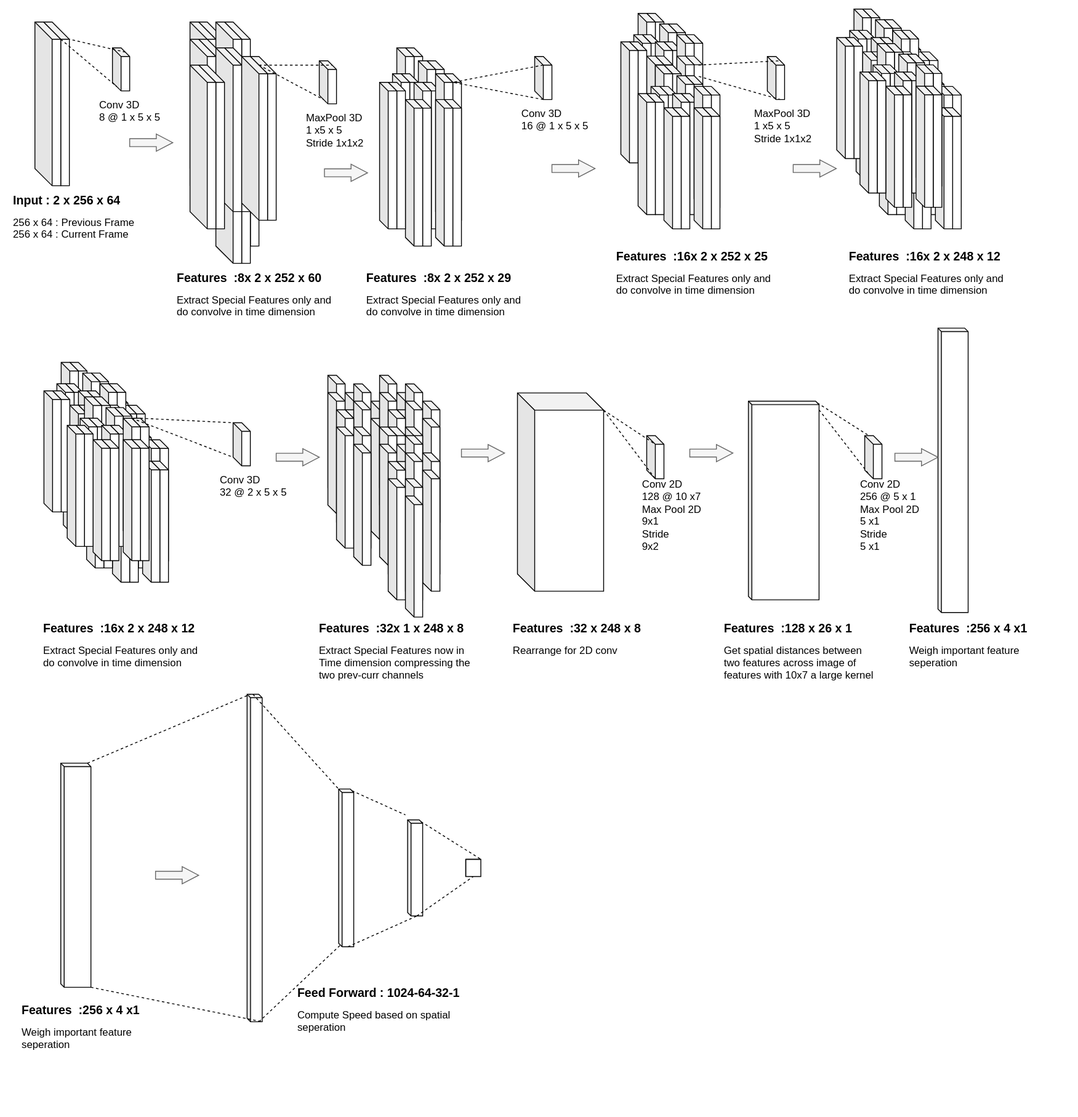
Before: SpeedNet.drawio.svg, a diagram exported from draw.io (the-ray-kar/SpeedNet). Source tidied: cells renumbered, new cells last; positions are measured from the earlier drawing's top-left corner, leaving out a move shared by most shapes.
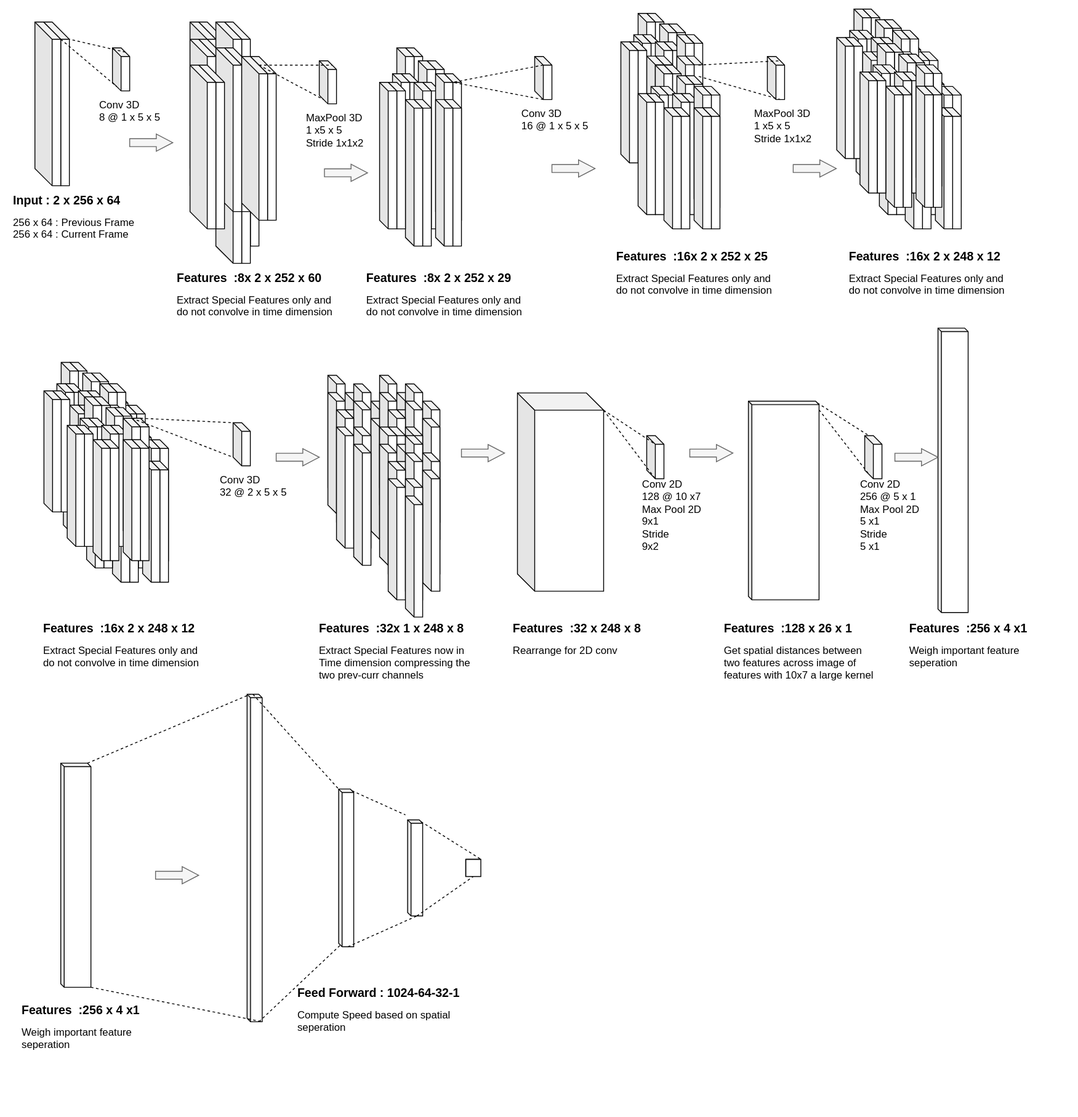
Later version of the same file.

Change to the diagram source:
```diff
@@ -35,7 +35,7 @@
     <mxCell id="12" style="shape=cube;whiteSpace=wrap;html=1;boundedLbl=1;backgroundOutline=1;darkOpacity=0.05;darkOpacity2=0.1;" parent="10" vertex="1">
       <mxGeometry width="30" height="190" as="geometry" />
     </mxCell>
-    <mxCell id="13" value="&lt;h1 style=&quot;font-size: 14px;&quot;&gt;&lt;font style=&quot;font-size: 14px;&quot;&gt;Features&amp;nbsp; :8x 2 x 252 x 60&lt;br&gt;&lt;/font&gt;&lt;/h1&gt;Extract Special Features only and do convolve in time dimension" style="text;html=1;strokeColor=none;fillColor=none;spacing=5;spacingTop=-20;whiteSpace=wrap;overflow=hidden;rounded=0;" parent="1" vertex="1">
+    <mxCell id="13" value="&lt;h1 style=&quot;font-size: 14px;&quot;&gt;&lt;font style=&quot;font-size: 14px;&quot;&gt;Features&amp;nbsp; :8x 2 x 252 x 60&lt;br&gt;&lt;/font&gt;&lt;/h1&gt;Extract Special Features only and do not convolve in time dimension" style="text;html=1;strokeColor=none;fillColor=none;spacing=5;spacingTop=-20;whiteSpace=wrap;overflow=hidden;rounded=0;" parent="1" vertex="1">
       <mxGeometry x="190" y="305" width="190" height="120" as="geometry" />
     </mxCell>
     <mxCell id="14" style="shape=cube;whiteSpace=wrap;html=1;boundedLbl=1;backgroundOutline=1;darkOpacity=0.05;darkOpacity2=0.1;size=10;" parent="1" vertex="1">
@@ -101,7 +101,7 @@
     <mxCell id="34" style="shape=cube;whiteSpace=wrap;html=1;boundedLbl=1;backgroundOutline=1;darkOpacity=0.05;darkOpacity2=0.1;" parent="32" vertex="1">
       <mxGeometry width="30" height="190" as="geometry" />
     </mxCell>
-    <mxCell id="35" value="&lt;h1 style=&quot;font-size: 14px;&quot;&gt;&lt;font style=&quot;font-size: 14px;&quot;&gt;Features&amp;nbsp; :8x 2 x 252 x 29&lt;br&gt;&lt;/font&gt;&lt;/h1&gt;Extract Special Features only and do convolve in time dimension" style="text;html=1;strokeColor=none;fillColor=none;spacing=5;spacingTop=-20;whiteSpace=wrap;overflow=hidden;rounded=0;" parent="1" vertex="1">
+    <mxCell id="35" value="&lt;h1 style=&quot;font-size: 14px;&quot;&gt;&lt;font style=&quot;font-size: 14px;&quot;&gt;Features&amp;nbsp; :8x 2 x 252 x 29&lt;br&gt;&lt;/font&gt;&lt;/h1&gt;Extract Special Features only and do not convolve in time dimension" style="text;html=1;strokeColor=none;fillColor=none;spacing=5;spacingTop=-20;whiteSpace=wrap;overflow=hidden;rounded=0;" parent="1" vertex="1">
       <mxGeometry x="410" y="305" width="190" height="120" as="geometry" />
     </mxCell>
     <mxCell id="36" style="shape=cube;whiteSpace=wrap;html=1;boundedLbl=1;backgroundOutline=1;darkOpacity=0.05;darkOpacity2=0.1;size=10;" parent="1" vertex="1">
@@ -263,10 +263,10 @@
     <mxCell id="88" style="shape=cube;whiteSpace=wrap;html=1;boundedLbl=1;backgroundOutline=1;darkOpacity=0.05;darkOpacity2=0.1;size=10;strokeWidth=1;gradientColor=none;rotation=0;" parent="72" vertex="1">
       <mxGeometry y="33" width="20" height="140.4" as="geometry" />
     </mxCell>
-    <mxCell id="89" value="&lt;h1 style=&quot;font-size: 14px;&quot;&gt;&lt;font style=&quot;font-size: 14px;&quot;&gt;Features&amp;nbsp; :16x 2 x 248 x 12&lt;br&gt;&lt;/font&gt;&lt;/h1&gt;Extract Special Features only and do convolve in time dimension" style="text;html=1;strokeColor=none;fillColor=none;spacing=5;spacingTop=-20;whiteSpace=wrap;overflow=hidden;rounded=0;" parent="1" vertex="1">
+    <mxCell id="89" value="&lt;h1 style=&quot;font-size: 14px;&quot;&gt;&lt;font style=&quot;font-size: 14px;&quot;&gt;Features&amp;nbsp; :16x 2 x 248 x 12&lt;br&gt;&lt;/font&gt;&lt;/h1&gt;Extract Special Features only and do not convolve in time dimension" style="text;html=1;strokeColor=none;fillColor=none;spacing=5;spacingTop=-20;whiteSpace=wrap;overflow=hidden;rounded=0;" parent="1" vertex="1">
       <mxGeometry x="970" y="280" width="190" height="120" as="geometry" />
     </mxCell>
-    <mxCell id="90" value="&lt;h1 style=&quot;font-size: 14px;&quot;&gt;&lt;font style=&quot;font-size: 14px;&quot;&gt;Features&amp;nbsp; :16x 2 x 252 x 25&lt;br&gt;&lt;/font&gt;&lt;/h1&gt;Extract Special Features only and do convolve in time dimension" style="text;html=1;strokeColor=none;fillColor=none;spacing=5;spacingTop=-20;whiteSpace=wrap;overflow=hidden;rounded=0;" parent="1" vertex="1">
+    <mxCell id="90" value="&lt;h1 style=&quot;font-size: 14px;&quot;&gt;&lt;font style=&quot;font-size: 14px;&quot;&gt;Features&amp;nbsp; :16x 2 x 252 x 25&lt;br&gt;&lt;/font&gt;&lt;/h1&gt;Extract Special Features only and do not convolve in time dimension" style="text;html=1;strokeColor=none;fillColor=none;spacing=5;spacingTop=-20;whiteSpace=wrap;overflow=hidden;rounded=0;" parent="1" vertex="1">
       <mxGeometry x="700" y="280" width="190" height="120" as="geometry" />
     </mxCell>
     <mxCell id="91" style="group;" parent="1" vertex="1">
@@ -581,7 +581,7 @@
     <mxCell id="194" style="shape=cube;whiteSpace=wrap;html=1;boundedLbl=1;backgroundOutline=1;darkOpacity=0.05;darkOpacity2=0.1;size=10;strokeWidth=1;gradientColor=none;rotation=0;" parent="178" vertex="1">
       <mxGeometry y="33" width="20" height="140.4" as="geometry" />
     </mxCell>
-    <mxCell id="195" value="&lt;h1 style=&quot;font-size: 14px;&quot;&gt;&lt;font style=&quot;font-size: 14px;&quot;&gt;Features&amp;nbsp; :16x 2 x 248 x 12&lt;br&gt;&lt;/font&gt;&lt;/h1&gt;Extract Special Features only and do convolve in time dimension" style="text;html=1;strokeColor=none;fillColor=none;spacing=5;spacingTop=-20;whiteSpace=wrap;overflow=hidden;rounded=0;" parent="1" vertex="1">
+    <mxCell id="195" value="&lt;h1 style=&quot;font-size: 14px;&quot;&gt;&lt;font style=&quot;font-size: 14px;&quot;&gt;Features&amp;nbsp; :16x 2 x 248 x 12&lt;br&gt;&lt;/font&gt;&lt;/h1&gt;Extract Special Features only and do not convolve in time dimension" style="text;html=1;strokeColor=none;fillColor=none;spacing=5;spacingTop=-20;whiteSpace=wrap;overflow=hidden;rounded=0;" parent="1" vertex="1">
       <mxGeometry x="35" y="712" width="190" height="120" as="geometry" />
     </mxCell>
     <mxCell id="196" style="group;" parent="1" vertex="1">
```
